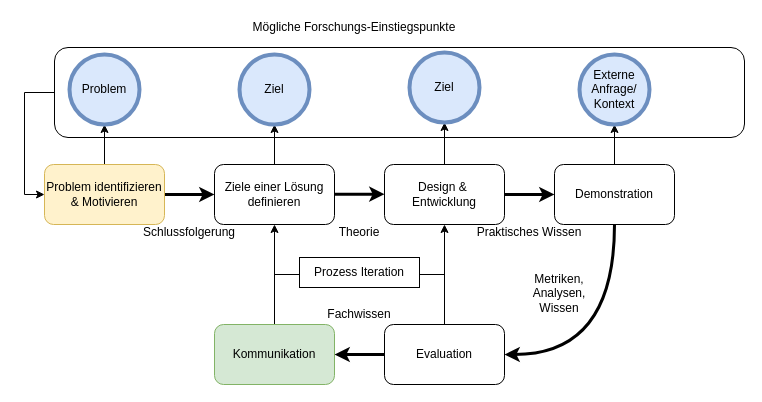
mhecktor/draw.io keeps this draw.io diagram as dsrm.drawio. Above is the earlier version. Source tidied: cells renumbered, new cells numbered last; positions are measured from the earlier drawing's top-left corner, leaving out a move shared by most shapes. Both pictures are drawn from the tidied source at 100%, with x=0, y=0 at pixel (44, 17).
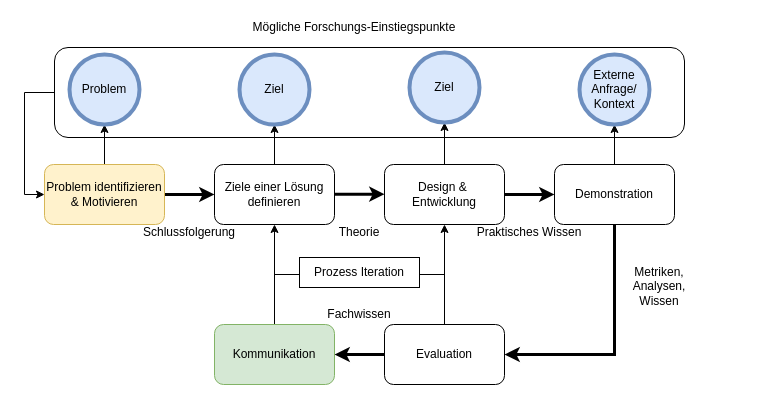
After the change.

Unchanged cells that the change refers to:
```xml
<mxCell id="15" value="Evaluation" style="rounded=1;whiteSpace=wrap;html=1;" parent="1" vertex="1">
  <mxGeometry x="340" y="307" width="120" height="60" as="geometry" />
</mxCell>
<mxCell id="18" value="Demonstration" style="rounded=1;whiteSpace=wrap;html=1;" parent="1" vertex="1">
  <mxGeometry x="510" y="147" width="120" height="60" as="geometry" />
</mxCell>
```

Change to the diagram source:
```diff
@@
     <mxCell id="2" style="rounded=1;whiteSpace=wrap;html=1;fillColor=none;" parent="1" vertex="1">
-      <mxGeometry x="10" y="30" width="690" height="90" as="geometry" />
+      <mxGeometry x="10" y="30" width="630" height="90" as="geometry" />
     </mxCell>
@@
-    <mxCell id="17" style="edgeStyle=orthogonalEdgeStyle;rounded=0;jettySize=auto;html=1;exitX=0.5;exitY=1;exitDx=0;exitDy=0;entryX=1;entryY=0.5;entryDx=0;entryDy=0;strokeWidth=3;curved=1;" parent="1" edge="1" source="18" target="15">
+    <mxCell id="17" style="edgeStyle=orthogonalEdgeStyle;rounded=0;jettySize=auto;html=1;exitX=0.5;exitY=1;exitDx=0;exitDy=0;entryX=1;entryY=0.5;entryDx=0;entryDy=0;strokeWidth=3;" parent="1" edge="1" source="18" target="15">
       <mxGeometry relative="1" as="geometry" />
     </mxCell>
@@
     <mxCell id="25" value="Metriken, Analysen, Wissen" style="text;html=1;align=center;verticalAlign=middle;whiteSpace=wrap;rounded=0;" parent="1" vertex="1">
-      <mxGeometry x="480" y="257" width="70" height="37" as="geometry" />
+      <mxGeometry x="580" y="250" width="70" height="37" as="geometry" />
     </mxCell>
```
